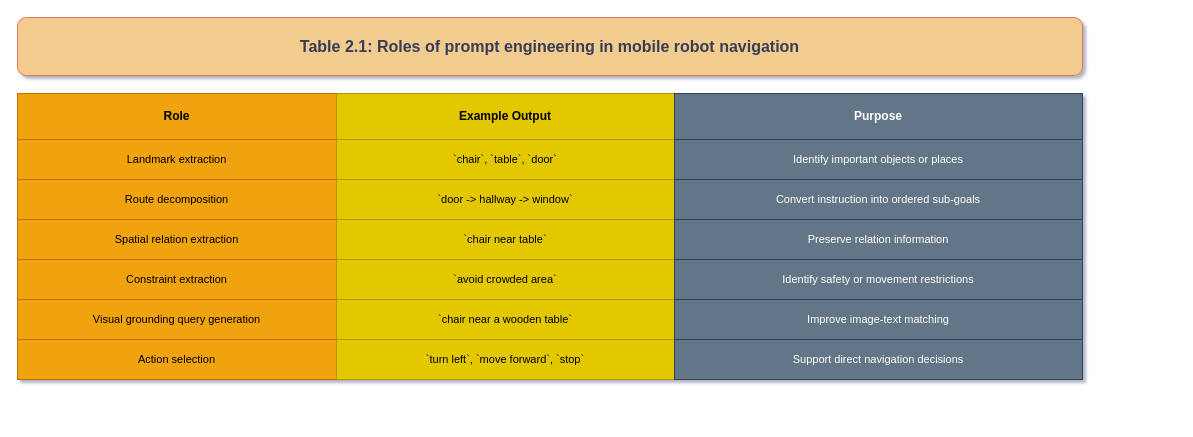
This is drawio/chapter_2/table_2_1_roles_of_prompt_engineering_in_mobile_robot_navigation.drawio from amfarhnn/vlm-robot, a draw.io file, before an edit. Source tidied: cells renumbered, new cells numbered last; positions are measured from the earlier drawing's top-left corner, leaving out a move shared by most shapes. Both pictures are drawn from the tidied source at 100%, with x=0, y=0 at pixel (17, 17).
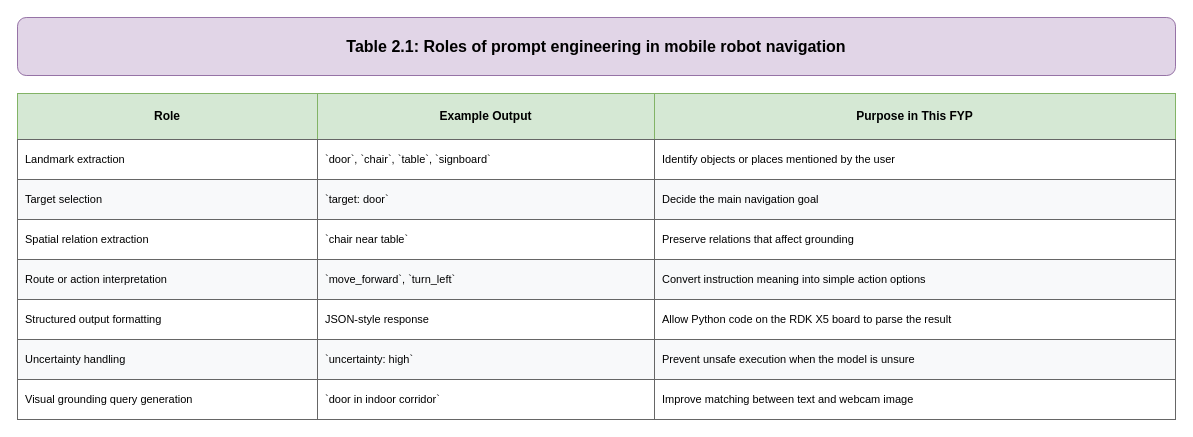
Above is the later version.

Change to the diagram source:
```diff
@@
-<mxGraphModel background="#ffffff" shadow="1">
+<mxGraphModel>
@@
-    <mxCell id="2" value="Table 2.1: Roles of prompt engineering in mobile robot navigation" style="rounded=1;whiteSpace=wrap;html=1;fillColor=#F2CC8F;strokeColor=#E07A5F;fontStyle=1;fontSize=16;labelBackgroundColor=none;fontColor=#393C56;" parent="1" vertex="1">
-      <mxGeometry width="1065" height="58" as="geometry" />
+    <mxCell id="2" value="Table 2.1: Roles of prompt engineering in mobile robot navigation" style="rounded=1;whiteSpace=wrap;html=1;fillColor=#e1d5e7;strokeColor=#9673a6;fontStyle=1;fontSize=16;" parent="1" vertex="1">
+      <mxGeometry width="1158" height="58" as="geometry" />
     </mxCell>
-    <mxCell id="3" value="Role" style="shape=rectangle;whiteSpace=wrap;html=1;align=center;verticalAlign=middle;spacing=8;fillColor=#f0a30a;strokeColor=#BD7000;fontStyle=1;fontSize=12;labelBackgroundColor=none;fontColor=#000000;strokeWidth=1;" parent="1" vertex="1">
-      <mxGeometry y="76" width="319" height="46" as="geometry" />
+    <mxCell id="3" value="Role" style="shape=rectangle;whiteSpace=wrap;html=1;align=center;verticalAlign=middle;spacing=8;fillColor=#d5e8d4;strokeColor=#82b366;fontStyle=1;fontSize=12;" parent="1" vertex="1">
+      <mxGeometry y="76" width="300" height="46" as="geometry" />
     </mxCell>
-    <mxCell id="4" value="Example Output" style="shape=rectangle;whiteSpace=wrap;html=1;align=center;verticalAlign=middle;spacing=8;fillColor=#e3c800;strokeColor=#B09500;fontStyle=1;fontSize=12;labelBackgroundColor=none;fontColor=#000000;" parent="1" vertex="1">
-      <mxGeometry x="319" y="76" width="338" height="46" as="geometry" />
+    <mxCell id="4" value="Example Output" style="shape=rectangle;whiteSpace=wrap;html=1;align=center;verticalAlign=middle;spacing=8;fillColor=#d5e8d4;strokeColor=#82b366;fontStyle=1;fontSize=12;" parent="1" vertex="1">
+      <mxGeometry x="300" y="76" width="337" height="46" as="geometry" />
     </mxCell>
-    <mxCell id="5" value="Purpose" style="shape=rectangle;whiteSpace=wrap;html=1;align=center;verticalAlign=middle;spacing=8;fillColor=#647687;strokeColor=#314354;fontStyle=1;fontSize=12;labelBackgroundColor=none;fontColor=#ffffff;" parent="1" vertex="1">
-      <mxGeometry x="657" y="76" width="408" height="46" as="geometry" />
+    <mxCell id="5" value="Purpose in This FYP" style="shape=rectangle;whiteSpace=wrap;html=1;align=center;verticalAlign=middle;spacing=8;fillColor=#d5e8d4;strokeColor=#82b366;fontStyle=1;fontSize=12;" parent="1" vertex="1">
+      <mxGeometry x="637" y="76" width="521" height="46" as="geometry" />
     </mxCell>
-    <mxCell id="6" value="Landmark extraction" style="shape=rectangle;whiteSpace=wrap;html=1;align=center;verticalAlign=middle;spacing=8;strokeColor=#BD7000;fontSize=11;fillColor=#f0a30a;labelBackgroundColor=none;fontColor=#000000;strokeWidth=1;" parent="1" vertex="1">
-      <mxGeometry y="122" width="319" height="40" as="geometry" />
+    <mxCell id="6" value="Landmark extraction" style="shape=rectangle;whiteSpace=wrap;html=1;align=left;verticalAlign=middle;spacing=8;strokeColor=#666666;fontSize=11;fillColor=#ffffff;" parent="1" vertex="1">
+      <mxGeometry y="122" width="300" height="40" as="geometry" />
     </mxCell>
-    <mxCell id="7" value="`chair`, `table`, `door`" style="shape=rectangle;whiteSpace=wrap;html=1;align=center;verticalAlign=middle;spacing=8;strokeColor=#B09500;fontSize=11;fillColor=#e3c800;labelBackgroundColor=none;fontColor=#000000;" parent="1" vertex="1">
-      <mxGeometry x="319" y="122" width="338" height="40" as="geometry" />
+    <mxCell id="7" value="`door`, `chair`, `table`, `signboard`" style="shape=rectangle;whiteSpace=wrap;html=1;align=left;verticalAlign=middle;spacing=8;strokeColor=#666666;fontSize=11;fillColor=#ffffff;" parent="1" vertex="1">
+      <mxGeometry x="300" y="122" width="337" height="40" as="geometry" />
     </mxCell>
-    <mxCell id="8" value="Identify important objects or places" style="shape=rectangle;whiteSpace=wrap;html=1;align=center;verticalAlign=middle;spacing=8;strokeColor=#314354;fontSize=11;fillColor=#647687;labelBackgroundColor=none;fontColor=#ffffff;" parent="1" vertex="1">
-      <mxGeometry x="657" y="122" width="408" height="40" as="geometry" />
+    <mxCell id="8" value="Identify objects or places mentioned by the user" style="shape=rectangle;whiteSpace=wrap;html=1;align=left;verticalAlign=middle;spacing=8;strokeColor=#666666;fontSize=11;fillColor=#ffffff;" parent="1" vertex="1">
+      <mxGeometry x="637" y="122" width="521" height="40" as="geometry" />
     </mxCell>
-    <mxCell id="9" value="Route decomposition" style="shape=rectangle;whiteSpace=wrap;html=1;align=center;verticalAlign=middle;spacing=8;strokeColor=#BD7000;fontSize=11;fillColor=#f0a30a;labelBackgroundColor=none;fontColor=#000000;strokeWidth=1;" parent="1" vertex="1">
-      <mxGeometry y="162" width="319" height="40" as="geometry" />
+    <mxCell id="9" value="Target selection" style="shape=rectangle;whiteSpace=wrap;html=1;align=left;verticalAlign=middle;spacing=8;strokeColor=#666666;fontSize=11;fillColor=#f8f9fa;" parent="1" vertex="1">
+      <mxGeometry y="162" width="300" height="40" as="geometry" />
     </mxCell>
-    <mxCell id="10" value="`door -&amp;gt; hallway -&amp;gt; window`" style="shape=rectangle;whiteSpace=wrap;html=1;align=center;verticalAlign=middle;spacing=8;strokeColor=#B09500;fontSize=11;fillColor=#e3c800;labelBackgroundColor=none;fontColor=#000000;" parent="1" vertex="1">
-      <mxGeometry x="319" y="162" width="338" height="40" as="geometry" />
+    <mxCell id="10" value="`target: door`" style="shape=rectangle;whiteSpace=wrap;html=1;align=left;verticalAlign=middle;spacing=8;strokeColor=#666666;fontSize=11;fillColor=#f8f9fa;" parent="1" vertex="1">
+      <mxGeometry x="300" y="162" width="337" height="40" as="geometry" />
     </mxCell>
-    <mxCell id="11" value="Convert instruction into ordered sub-goals" style="shape=rectangle;whiteSpace=wrap;html=1;align=center;verticalAlign=middle;spacing=8;strokeColor=#314354;fontSize=11;fillColor=#647687;labelBackgroundColor=none;fontColor=#ffffff;" parent="1" vertex="1">
-      <mxGeometry x="657" y="162" width="408" height="40" as="geometry" />
+    <mxCell id="11" value="Decide the main navigation goal" style="shape=rectangle;whiteSpace=wrap;html=1;align=left;verticalAlign=middle;spacing=8;strokeColor=#666666;fontSize=11;fillColor=#f8f9fa;" parent="1" vertex="1">
+      <mxGeometry x="637" y="162" width="521" height="40" as="geometry" />
     </mxCell>
-    <mxCell id="12" value="Spatial relation extraction" style="shape=rectangle;whiteSpace=wrap;html=1;align=center;verticalAlign=middle;spacing=8;strokeColor=#BD7000;fontSize=11;fillColor=#f0a30a;labelBackgroundColor=none;fontColor=#000000;strokeWidth=1;" parent="1" vertex="1">
-      <mxGeometry y="202" width="319" height="40" as="geometry" />
+    <mxCell id="12" value="Spatial relation extraction" style="shape=rectangle;whiteSpace=wrap;html=1;align=left;verticalAlign=middle;spacing=8;strokeColor=#666666;fontSize=11;fillColor=#ffffff;" parent="1" vertex="1">
+      <mxGeometry y="202" width="300" height="40" as="geometry" />
     </mxCell>
-    <mxCell id="13" value="`chair near table`" style="shape=rectangle;whiteSpace=wrap;html=1;align=center;verticalAlign=middle;spacing=8;strokeColor=#B09500;fontSize=11;fillColor=#e3c800;labelBackgroundColor=none;fontColor=#000000;" parent="1" vertex="1">
-      <mxGeometry x="319" y="202" width="338" height="40" as="geometry" />
+    <mxCell id="13" value="`chair near table`" style="shape=rectangle;whiteSpace=wrap;html=1;align=left;verticalAlign=middle;spacing=8;strokeColor=#666666;fontSize=11;fillColor=#ffffff;" parent="1" vertex="1">
+      <mxGeometry x="300" y="202" width="337" height="40" as="geometry" />
     </mxCell>
-    <mxCell id="14" value="Preserve relation information" style="shape=rectangle;whiteSpace=wrap;html=1;align=center;verticalAlign=middle;spacing=8;strokeColor=#314354;fontSize=11;fillColor=#647687;labelBackgroundColor=none;fontColor=#ffffff;" parent="1" vertex="1">
-      <mxGeometry x="657" y="202" width="408" height="40" as="geometry" />
+    <mxCell id="14" value="Preserve relations that affect grounding" style="shape=rectangle;whiteSpace=wrap;html=1;align=left;verticalAlign=middle;spacing=8;strokeColor=#666666;fontSize=11;fillColor=#ffffff;" parent="1" vertex="1">
+      <mxGeometry x="637" y="202" width="521" height="40" as="geometry" />
     </mxCell>
-    <mxCell id="15" value="Constraint extraction" style="shape=rectangle;whiteSpace=wrap;html=1;align=center;verticalAlign=middle;spacing=8;strokeColor=#BD7000;fontSize=11;fillColor=#f0a30a;labelBackgroundColor=none;fontColor=#000000;strokeWidth=1;" parent="1" vertex="1">
-      <mxGeometry y="242" width="319" height="40" as="geometry" />
+    <mxCell id="15" value="Route or action interpretation" style="shape=rectangle;whiteSpace=wrap;html=1;align=left;verticalAlign=middle;spacing=8;strokeColor=#666666;fontSize=11;fillColor=#f8f9fa;" parent="1" vertex="1">
+      <mxGeometry y="242" width="300" height="40" as="geometry" />
     </mxCell>
-    <mxCell id="16" value="`avoid crowded area`" style="shape=rectangle;whiteSpace=wrap;html=1;align=center;verticalAlign=middle;spacing=8;strokeColor=#B09500;fontSize=11;fillColor=#e3c800;labelBackgroundColor=none;fontColor=#000000;" parent="1" vertex="1">
-      <mxGeometry x="319" y="242" width="338" height="40" as="geometry" />
+    <mxCell id="16" value="`move_forward`, `turn_left`" style="shape=rectangle;whiteSpace=wrap;html=1;align=left;verticalAlign=middle;spacing=8;strokeColor=#666666;fontSize=11;fillColor=#f8f9fa;" parent="1" vertex="1">
+      <mxGeometry x="300" y="242" width="337" height="40" as="geometry" />
     </mxCell>
-    <mxCell id="17" value="Identify safety or movement restrictions" style="shape=rectangle;whiteSpace=wrap;html=1;align=center;verticalAlign=middle;spacing=8;strokeColor=#314354;fontSize=11;fillColor=#647687;labelBackgroundColor=none;fontColor=#ffffff;" parent="1" vertex="1">
-      <mxGeometry x="657" y="242" width="408" height="40" as="geometry" />
+    <mxCell id="17" value="Convert instruction meaning into simple action options" style="shape=rectangle;whiteSpace=wrap;html=1;align=left;verticalAlign=middle;spacing=8;strokeColor=#666666;fontSize=11;fillColor=#f8f9fa;" parent="1" vertex="1">
+      <mxGeometry x="637" y="242" width="521" height="40" as="geometry" />
     </mxCell>
-    <mxCell id="18" value="Visual grounding query generation" style="shape=rectangle;whiteSpace=wrap;html=1;align=center;verticalAlign=middle;spacing=8;strokeColor=#BD7000;fontSize=11;fillColor=#f0a30a;labelBackgroundColor=none;fontColor=#000000;strokeWidth=1;" parent="1" vertex="1">
-      <mxGeometry y="282" width="319" height="40" as="geometry" />
+    <mxCell id="18" value="Structured output formatting" style="shape=rectangle;whiteSpace=wrap;html=1;align=left;verticalAlign=middle;spacing=8;strokeColor=#666666;fontSize=11;fillColor=#ffffff;" parent="1" vertex="1">
+      <mxGeometry y="282" width="300" height="40" as="geometry" />
     </mxCell>
-    <mxCell id="19" value="`chair near a wooden table`" style="shape=rectangle;whiteSpace=wrap;html=1;align=center;verticalAlign=middle;spacing=8;strokeColor=#B09500;fontSize=11;fillColor=#e3c800;labelBackgroundColor=none;fontColor=#000000;" parent="1" vertex="1">
-      <mxGeometry x="319" y="282" width="338" height="40" as="geometry" />
+    <mxCell id="19" value="JSON-style response" style="shape=rectangle;whiteSpace=wrap;html=1;align=left;verticalAlign=middle;spacing=8;strokeColor=#666666;fontSize=11;fillColor=#ffffff;" parent="1" vertex="1">
+      <mxGeometry x="300" y="282" width="337" height="40" as="geometry" />
     </mxCell>
-    <mxCell id="20" value="Improve image-text matching" style="shape=rectangle;whiteSpace=wrap;html=1;align=center;verticalAlign=middle;spacing=8;strokeColor=#314354;fontSize=11;fillColor=#647687;labelBackgroundColor=none;fontColor=#ffffff;" parent="1" vertex="1">
-      <mxGeometry x="657" y="282" width="408" height="40" as="geometry" />
+    <mxCell id="20" value="Allow Python code on the RDK X5 board to parse the result" style="shape=rectangle;whiteSpace=wrap;html=1;align=left;verticalAlign=middle;spacing=8;strokeColor=#666666;fontSize=11;fillColor=#ffffff;" parent="1" vertex="1">
+      <mxGeometry x="637" y="282" width="521" height="40" as="geometry" />
     </mxCell>
-    <mxCell id="21" value="Action selection" style="shape=rectangle;whiteSpace=wrap;html=1;align=center;verticalAlign=middle;spacing=8;strokeColor=#BD7000;fontSize=11;fillColor=#f0a30a;labelBackgroundColor=none;fontColor=#000000;strokeWidth=1;" parent="1" vertex="1">
-      <mxGeometry y="322" width="319" height="40" as="geometry" />
+    <mxCell id="21" value="Uncertainty handling" style="shape=rectangle;whiteSpace=wrap;html=1;align=left;verticalAlign=middle;spacing=8;strokeColor=#666666;fontSize=11;fillColor=#f8f9fa;" parent="1" vertex="1">
+      <mxGeometry y="322" width="300" height="40" as="geometry" />
     </mxCell>
-    <mxCell id="22" value="`turn left`, `move forward`, `stop`" style="shape=rectangle;whiteSpace=wrap;html=1;align=center;verticalAlign=middle;spacing=8;strokeColor=#B09500;fontSize=11;fillColor=#e3c800;labelBackgroundColor=none;fontColor=#000000;" parent="1" vertex="1">
-      <mxGeometry x="319" y="322" width="338" height="40" as="geometry" />
+    <mxCell id="22" value="`uncertainty: high`" style="shape=rectangle;whiteSpace=wrap;html=1;align=left;verticalAlign=middle;spacing=8;strokeColor=#666666;fontSize=11;fillColor=#f8f9fa;" parent="1" vertex="1">
+      <mxGeometry x="300" y="322" width="337" height="40" as="geometry" />
     </mxCell>
-    <mxCell id="23" value="Support direct navigation decisions" style="shape=rectangle;whiteSpace=wrap;html=1;align=center;verticalAlign=middle;spacing=8;strokeColor=#314354;fontSize=11;fillColor=#647687;labelBackgroundColor=none;fontColor=#ffffff;" parent="1" vertex="1">
-      <mxGeometry x="657" y="322" width="408" height="40" as="geometry" />
+    <mxCell id="23" value="Prevent unsafe execution when the model is unsure" style="shape=rectangle;whiteSpace=wrap;html=1;align=left;verticalAlign=middle;spacing=8;strokeColor=#666666;fontSize=11;fillColor=#f8f9fa;" parent="1" vertex="1">
+      <mxGeometry x="637" y="322" width="521" height="40" as="geometry" />
     </mxCell>
+    <mxCell id="24" value="Visual grounding query generation" style="shape=rectangle;whiteSpace=wrap;html=1;align=left;verticalAlign=middle;spacing=8;strokeColor=#666666;fontSize=11;fillColor=#ffffff;" parent="1" vertex="1">
+      <mxGeometry y="362" width="300" height="40" as="geometry" />
+    </mxCell>
+    <mxCell id="25" value="`door in indoor corridor`" style="shape=rectangle;whiteSpace=wrap;html=1;align=left;verticalAlign=middle;spacing=8;strokeColor=#666666;fontSize=11;fillColor=#ffffff;" parent="1" vertex="1">
+      <mxGeometry x="300" y="362" width="337" height="40" as="geometry" />
+    </mxCell>
+    <mxCell id="26" value="Improve matching between text and webcam image" style="shape=rectangle;whiteSpace=wrap;html=1;align=left;verticalAlign=middle;spacing=8;strokeColor=#666666;fontSize=11;fillColor=#ffffff;" parent="1" vertex="1">
+      <mxGeometry x="637" y="362" width="521" height="40" as="geometry" />
+    </mxCell>
```
